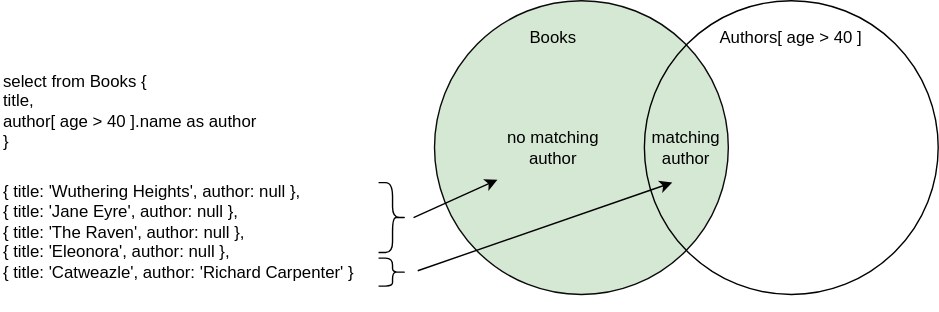
Before: assets/cxl/sets-leftjoin.drawio.svg, a diagram exported from draw.io (capire/docs). Source tidied: cells renumbered, new cells last; positions are measured from the earlier drawing's top-left corner, leaving out a move shared by most shapes.
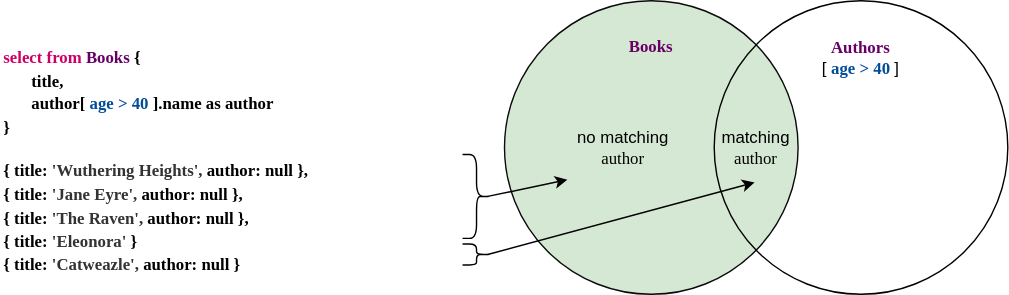
Above is the later version.

The edit, as a diff of the source:
```diff
@@ -8,38 +8,34 @@
     <mxCell id="3" style="ellipse;whiteSpace=wrap;html=1;fillColor=none;" parent="1" vertex="1">
       <mxGeometry x="460" width="210" height="210" as="geometry" />
     </mxCell>
-    <mxCell id="4" value="Authors[ age &amp;gt; 40 ]" style="text;html=1;align=center;verticalAlign=middle;whiteSpace=wrap;rounded=0;" parent="1" vertex="1">
-      <mxGeometry x="510" y="22" width="110" height="10" as="geometry" />
+    <mxCell id="4" value="&lt;span style=&quot;color: rgb(102, 0, 102); font-family: Monaco; font-weight: 700; text-align: left;&quot;&gt;Authors&lt;/span&gt;&lt;div&gt;[&amp;nbsp;&lt;span style=&quot;color: rgb(0, 76, 153); font-family: Monaco; font-weight: 700; text-align: left;&quot;&gt;age &amp;gt; 40&amp;nbsp;&lt;/span&gt;]&lt;/div&gt;" style="text;html=1;align=center;verticalAlign=middle;whiteSpace=wrap;rounded=0;" parent="1" vertex="1">
+      <mxGeometry x="490" y="36" width="150" height="10" as="geometry" />
     </mxCell>
-    <mxCell id="5" value="Books" style="text;html=1;align=center;verticalAlign=middle;whiteSpace=wrap;rounded=0;" parent="1" vertex="1">
-      <mxGeometry x="380" y="22" width="30" height="10" as="geometry" />
+    <mxCell id="5" value="&lt;span style=&quot;color: rgb(102, 0, 102); font-family: Monaco; font-weight: 700; text-align: left;&quot;&gt;Books&lt;/span&gt;" style="text;html=1;align=center;verticalAlign=middle;whiteSpace=wrap;rounded=0;" parent="1" vertex="1">
+      <mxGeometry x="400" y="28" width="30" height="10" as="geometry" />
     </mxCell>
-    <mxCell id="6" value="select from Books {&lt;div&gt;&amp;nbsp; title,&lt;/div&gt;&lt;div&gt;&amp;nbsp; author[ age &amp;gt; 40 ].name as author&lt;/div&gt;&lt;div&gt;}&lt;/div&gt;" style="text;html=1;align=left;verticalAlign=middle;whiteSpace=wrap;rounded=0;" parent="1" vertex="1">
-      <mxGeometry y="64" width="200" height="30" as="geometry" />
+    <mxCell id="6" value="&lt;font style=&quot;line-height: 140%;&quot;&gt;&lt;b&gt;&lt;font&gt;&lt;font style=&quot;scrollbar-color: rgb(226, 226, 226) rgb(251, 251, 251); color: rgb(204, 0, 102);&quot;&gt;select from&lt;/font&gt;&lt;font style=&quot;scrollbar-color: rgb(226, 226, 226) rgb(251, 251, 251); color: rgb(255, 51, 153);&quot;&gt;&amp;nbsp;&lt;/font&gt;&lt;/font&gt;&lt;span style=&quot;color: rgb(102, 0, 102);&quot;&gt;Books&lt;/span&gt;&lt;font&gt;&amp;nbsp;{&lt;br&gt;&lt;/font&gt;&lt;/b&gt;&lt;/font&gt;&lt;div style=&quot;padding-left: 20px; line-height: 140%;&quot;&gt;&lt;font&gt;&lt;b&gt;&lt;span style=&quot;background-color: transparent; color: rgb(63, 63, 63);&quot;&gt;&lt;font style=&quot;color: rgb(0, 0, 0);&quot;&gt;title,&lt;/font&gt;&lt;/span&gt;&lt;/b&gt;&lt;/font&gt;&lt;/div&gt;&lt;div style=&quot;padding-left: 20px; line-height: 140%;&quot;&gt;&lt;font&gt;&lt;b&gt;&lt;font style=&quot;background-color: transparent; color: rgb(0, 0, 0);&quot;&gt;author[&lt;/font&gt;&lt;font style=&quot;color: rgb(63, 63, 63); background-color: transparent;&quot;&gt;&amp;nbsp;&lt;/font&gt;&lt;span style=&quot;color: rgb(0, 76, 153); background-color: transparent;&quot;&gt;age &amp;gt; 40&lt;/span&gt;&lt;font style=&quot;color: rgb(63, 63, 63); background-color: transparent;&quot;&gt;&amp;nbsp;&lt;/font&gt;&lt;font style=&quot;background-color: transparent; color: rgb(0, 0, 0);&quot;&gt;].name as author&lt;/font&gt;&lt;/b&gt;&lt;/font&gt;&lt;/div&gt;&lt;div style=&quot;padding-left: 0px; line-height: 140%;&quot;&gt;&lt;font&gt;&lt;b&gt;&lt;font style=&quot;background-color: transparent; color: rgb(0, 0, 0);&quot;&gt;}&lt;/font&gt;&lt;/b&gt;&lt;/font&gt;&lt;/div&gt;&lt;div style=&quot;padding-left: 0px;&quot;&gt;&lt;font&gt;&lt;b&gt;&lt;font style=&quot;background-color: transparent; color: rgb(0, 0, 0);&quot;&gt;&lt;br&gt;&lt;/font&gt;&lt;/b&gt;&lt;/font&gt;&lt;/div&gt;&lt;div style=&quot;line-height: 140%;&quot;&gt;&lt;font&gt;&lt;b&gt;&lt;span&gt;&lt;font style=&quot;color: rgb(0, 0, 0);&quot;&gt;{ title:&lt;/font&gt;&lt;/span&gt;&lt;span style=&quot;color: rgb(63, 63, 63); scrollbar-color: rgb(226, 226, 226) rgb(251, 251, 251);&quot;&gt;&amp;nbsp;&lt;/span&gt;&lt;font style=&quot;color: rgb(51, 51, 51); scrollbar-color: rgb(226, 226, 226) rgb(251, 251, 251);&quot;&gt;'Wuthering Heights',&lt;/font&gt;&lt;font&gt;&lt;font style=&quot;color: rgb(51, 51, 51); scrollbar-color: rgb(226, 226, 226) rgb(251, 251, 251);&quot;&gt;&amp;nbsp;&lt;/font&gt;&lt;font style=&quot;scrollbar-color: rgb(226, 226, 226) rgb(251, 251, 251); color: rgb(0, 0, 0);&quot;&gt;author: null&lt;/font&gt;&lt;span style=&quot;color: rgb(63, 63, 63); scrollbar-color: rgb(226, 226, 226) rgb(251, 251, 251);&quot;&gt;&amp;nbsp;&lt;/span&gt;&lt;span&gt;&lt;font style=&quot;color: rgb(0, 0, 0);&quot;&gt;},&lt;/font&gt;&lt;/span&gt;&lt;/font&gt;&lt;font style=&quot;color: rgb(0, 0, 0);&quot;&gt;&lt;/font&gt;&lt;/b&gt;&lt;/font&gt;&lt;/div&gt;&lt;div style=&quot;line-height: 140%;&quot;&gt;&lt;font&gt;&lt;b&gt;&lt;font&gt;&lt;span style=&quot;scrollbar-color: rgb(226, 226, 226) rgb(251, 251, 251); color: rgb(63, 63, 63);&quot;&gt;&lt;font style=&quot;color: rgb(0, 0, 0);&quot;&gt;{ title:&lt;/font&gt;&lt;/span&gt;&lt;span style=&quot;color: rgb(63, 63, 63); scrollbar-color: rgb(226, 226, 226) rgb(251, 251, 251);&quot;&gt;&amp;nbsp;&lt;/span&gt;&lt;/font&gt;&lt;font style=&quot;color: rgb(51, 51, 51); scrollbar-color: rgb(226, 226, 226) rgb(251, 251, 251);&quot;&gt;'Jane Eyre',&lt;/font&gt;&lt;font&gt;&lt;font style=&quot;scrollbar-color: rgb(226, 226, 226) rgb(251, 251, 251); color: rgb(51, 51, 51);&quot;&gt;&lt;font style=&quot;color: rgb(0, 0, 0);&quot;&gt;&amp;nbsp;author: null&lt;/font&gt;&lt;/font&gt;&lt;span style=&quot;color: rgb(63, 63, 63); scrollbar-color: rgb(226, 226, 226) rgb(251, 251, 251);&quot;&gt;&amp;nbsp;&lt;/span&gt;&lt;span style=&quot;scrollbar-color: rgb(226, 226, 226) rgb(251, 251, 251);&quot;&gt;&lt;font style=&quot;color: rgb(0, 0, 0);&quot;&gt;},&lt;/font&gt;&lt;/span&gt;&lt;/font&gt;&lt;font style=&quot;color: rgb(0, 0, 0);&quot;&gt;&lt;span style=&quot;color: rgb(63, 63, 63);&quot;&gt;&lt;/span&gt;&lt;/font&gt;&lt;/b&gt;&lt;/font&gt;&lt;/div&gt;&lt;div style=&quot;line-height: 140%;&quot;&gt;&lt;span style=&quot;scrollbar-color: rgb(226, 226, 226) rgb(251, 251, 251);&quot;&gt;&lt;font&gt;&lt;b&gt;&lt;span style=&quot;scrollbar-color: rgb(226, 226, 226) rgb(251, 251, 251);&quot;&gt;&lt;font style=&quot;color: rgb(0, 0, 0);&quot;&gt;{ title:&lt;/font&gt;&lt;/span&gt;&lt;span style=&quot;color: rgb(63, 63, 63); scrollbar-color: rgb(226, 226, 226) rgb(251, 251, 251);&quot;&gt;&amp;nbsp;&lt;/span&gt;&lt;font style=&quot;color: rgb(51, 51, 51); scrollbar-color: rgb(226, 226, 226) rgb(251, 251, 251);&quot;&gt;'The Raven',&lt;/font&gt;&lt;font&gt;&lt;font style=&quot;color: rgb(51, 51, 51); scrollbar-color: rgb(226, 226, 226) rgb(251, 251, 251);&quot;&gt;&amp;nbsp;&lt;/font&gt;&lt;font&gt;&lt;font style=&quot;scrollbar-color: rgb(226, 226, 226) rgb(251, 251, 251); color: rgb(0, 0, 0);&quot;&gt;author: null&lt;/font&gt;&lt;span style=&quot;color: rgb(63, 63, 63); scrollbar-color: rgb(226, 226, 226) rgb(251, 251, 251);&quot;&gt;&amp;nbsp;&lt;/span&gt;&lt;span style=&quot;scrollbar-color: rgb(226, 226, 226) rgb(251, 251, 251);&quot;&gt;&lt;font style=&quot;color: rgb(0, 0, 0);&quot;&gt;},&lt;/font&gt;&lt;/span&gt;&lt;/font&gt;&lt;/font&gt;&lt;/b&gt;&lt;/font&gt;&lt;/span&gt;&lt;/div&gt;&lt;div style=&quot;line-height: 140%;&quot;&gt;&lt;span style=&quot;background-color: transparent; scrollbar-color: rgb(226, 226, 226) rgb(251, 251, 251);&quot;&gt;&lt;font&gt;&lt;b&gt;&lt;span style=&quot;color: light-dark(rgb(63, 63, 63), rgb(183, 183, 183)); background-color: transparent;&quot;&gt;&lt;font style=&quot;color: rgb(0, 0, 0);&quot;&gt;{ title:&lt;/font&gt;&lt;/span&gt;&lt;span style=&quot;color: rgb(63, 63, 63); background-color: transparent;&quot;&gt;&amp;nbsp;&lt;/span&gt;&lt;font style=&quot;color: rgb(51, 51, 51); background-color: transparent; scrollbar-color: rgb(226, 226, 226) rgb(251, 251, 251);&quot;&gt;'Eleonora'&lt;/font&gt;&lt;span style=&quot;color: rgb(63, 63, 63); background-color: transparent;&quot;&gt;&amp;nbsp;&lt;/span&gt;&lt;span style=&quot;background-color: transparent; color: rgb(63, 63, 63);&quot;&gt;&lt;font style=&quot;color: rgb(0, 0, 0);&quot;&gt;}&lt;/font&gt;&lt;/span&gt;&lt;/b&gt;&lt;/font&gt;&lt;/span&gt;&lt;/div&gt;&lt;div style=&quot;line-height: 140%;&quot;&gt;&lt;font&gt;&lt;b&gt;&lt;span style=&quot;background-color: transparent; scrollbar-color: rgb(226, 226, 226) rgb(251, 251, 251);&quot;&gt;&lt;font style=&quot;color: rgb(0, 0, 0);&quot;&gt;{ title:&lt;/font&gt;&lt;/span&gt;&lt;span style=&quot;background-color: transparent; scrollbar-color: rgb(226, 226, 226) rgb(251, 251, 251); color: rgb(63, 63, 63);&quot;&gt;&amp;nbsp;&lt;/span&gt;&lt;font style=&quot;background-color: transparent; scrollbar-color: rgb(226, 226, 226) rgb(251, 251, 251); color: rgb(51, 51, 51);&quot;&gt;'Catweazle',&lt;/font&gt;&lt;font style=&quot;background-color: transparent; scrollbar-color: rgb(226, 226, 226) rgb(251, 251, 251); color: rgb(0, 0, 0);&quot;&gt;&amp;nbsp;author: null&lt;/font&gt;&lt;span style=&quot;background-color: transparent; scrollbar-color: rgb(226, 226, 226) rgb(251, 251, 251); color: rgb(63, 63, 63);&quot;&gt;&amp;nbsp;&lt;/span&gt;&lt;span style=&quot;background-color: transparent; scrollbar-color: rgb(226, 226, 226) rgb(251, 251, 251);&quot;&gt;&lt;font style=&quot;color: rgb(0, 0, 0);&quot;&gt;}&lt;/font&gt;&lt;/span&gt;&lt;/b&gt;&lt;/font&gt;&lt;/div&gt;" style="text;html=1;align=left;verticalAlign=middle;whiteSpace=wrap;rounded=0;fontFamily=Monaco;spacingBottom=0;" parent="1" vertex="1">
+      <mxGeometry x="-50" y="100" width="370" height="30" as="geometry" />
     </mxCell>
-    <mxCell id="7" value="no matching author" style="text;html=1;align=center;verticalAlign=middle;whiteSpace=wrap;rounded=0;" parent="1" vertex="1">
+    <mxCell id="7" value="no matching &lt;font face=&quot;Monaco&quot;&gt;author&lt;/font&gt;" style="text;html=1;align=center;verticalAlign=middle;whiteSpace=wrap;rounded=0;" parent="1" vertex="1">
       <mxGeometry x="350" y="90" width="90" height="30" as="geometry" />
     </mxCell>
-    <mxCell id="8" value="matching&lt;div&gt;author&lt;/div&gt;" style="text;html=1;align=center;verticalAlign=middle;whiteSpace=wrap;rounded=0;" parent="1" vertex="1">
+    <mxCell id="8" value="matching&lt;div&gt;&lt;font face=&quot;Monaco&quot;&gt;author&lt;/font&gt;&lt;/div&gt;" style="text;html=1;align=center;verticalAlign=middle;whiteSpace=wrap;rounded=0;" parent="1" vertex="1">
       <mxGeometry x="460" y="90" width="60" height="30" as="geometry" />
     </mxCell>
-    <mxCell id="9" value="&amp;nbsp; { title: 'Wuthering Heights', author: null },&lt;br&gt;&amp;nbsp; { title: 'Jane Eyre', author: null },&lt;br&gt;&amp;nbsp; { title: 'The Raven', author: null },&lt;br&gt;&amp;nbsp; { title: 'Eleonora', author: null },&lt;br&gt;&amp;nbsp; { title: 'Catweazle', author: 'Richard Carpenter' }" style="text;whiteSpace=wrap;html=1;" parent="1" vertex="1">
-      <mxGeometry y="122.5" width="270" height="100" as="geometry" />
-    </mxCell>
     <mxCell id="10" style="shape=curlyBracket;whiteSpace=wrap;html=1;rounded=1;flipH=1;labelPosition=right;verticalLabelPosition=middle;align=left;verticalAlign=middle;" parent="1" vertex="1">
-      <mxGeometry x="270" y="130" width="20" height="50" as="geometry" />
+      <mxGeometry x="280" y="110" width="20" height="60" as="geometry" />
     </mxCell>
-    <mxCell id="11" style="shape=curlyBracket;whiteSpace=wrap;html=1;rounded=1;flipH=1;labelPosition=right;verticalLabelPosition=middle;align=left;verticalAlign=middle;" parent="1" vertex="1">
-      <mxGeometry x="270" y="184" width="20" height="20" as="geometry" />
+    <mxCell id="11" style="shape=curlyBracket;whiteSpace=wrap;html=1;rounded=1;flipH=1;labelPosition=right;verticalLabelPosition=middle;align=left;verticalAlign=middle;size=0.5;" parent="1" vertex="1">
+      <mxGeometry x="280" y="174" width="20" height="15" as="geometry" />
     </mxCell>
-    <mxCell id="12" style="html=1;entryX=0.095;entryY=0.619;entryDx=0;entryDy=0;entryPerimeter=0;" parent="1" edge="1" target="3">
+    <mxCell id="12" style="html=1;entryX=0.095;entryY=0.619;entryDx=0;entryDy=0;entryPerimeter=0;exitX=0.1;exitY=0.5;exitDx=0;exitDy=0;exitPerimeter=0;" parent="1" edge="1" source="11">
       <mxGeometry relative="1" as="geometry">
-        <mxPoint x="298" y="193" as="sourcePoint" />
+        <mxPoint x="489" y="130" as="targetPoint" />
       </mxGeometry>
     </mxCell>
-    <mxCell id="13" style="endArrow=classic;html=1;" parent="1" edge="1">
+    <mxCell id="13" style="endArrow=classic;html=1;exitX=0.1;exitY=0.5;exitDx=0;exitDy=0;exitPerimeter=0;" parent="1" edge="1" source="10">
       <mxGeometry relative="1" as="geometry">
-        <mxPoint x="295" y="155" as="sourcePoint" />
         <mxPoint x="355" y="128" as="targetPoint" />
       </mxGeometry>
     </mxCell>
```
